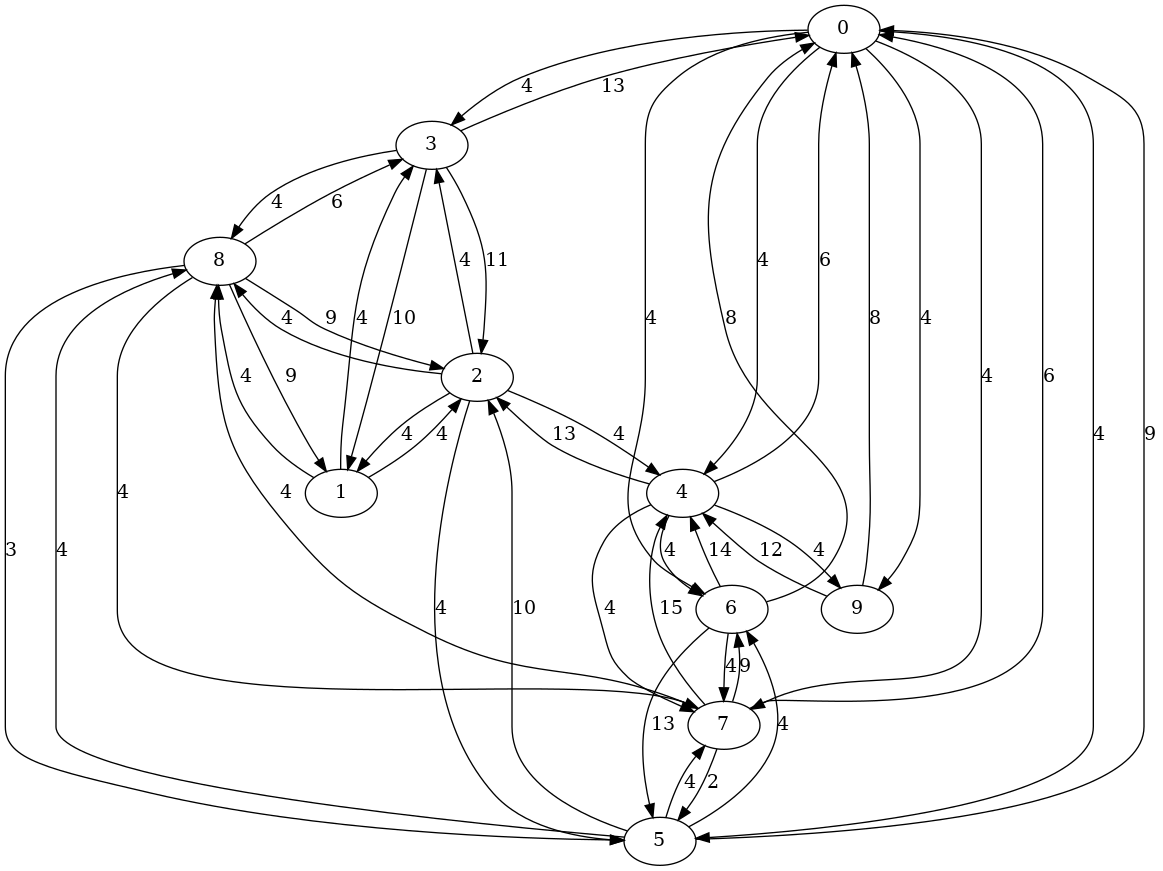
This is lab_08/res.png from DionisPalpatin/TaDS, a Graphviz export, as it was before one commit. Its source is kept beside it as lab_08/res.dot. Source of this version:
```dot
digraph ROAD_GRAPH {
0 -> 3 [label="4"];
3 -> 0 [label="13"];
0 -> 4 [label="4"];
4 -> 0 [label="6"];
0 -> 5 [label="4"];
5 -> 0 [label="9"];
0 -> 6 [label="4"];
6 -> 0 [label="8"];
0 -> 7 [label="4"];
7 -> 0 [label="6"];
0 -> 9 [label="4"];
9 -> 0 [label="8"];
1 -> 2 [label="4"];
2 -> 1 [label="4"];
1 -> 3 [label="4"];
3 -> 1 [label="10"];
1 -> 8 [label="4"];
8 -> 1 [label="9"];
2 -> 3 [label="4"];
3 -> 2 [label="11"];
2 -> 4 [label="4"];
4 -> 2 [label="13"];
2 -> 5 [label="4"];
5 -> 2 [label="10"];
2 -> 8 [label="4"];
8 -> 2 [label="9"];
3 -> 8 [label="4"];
8 -> 3 [label="6"];
4 -> 6 [label="4"];
6 -> 4 [label="14"];
4 -> 7 [label="4"];
7 -> 4 [label="15"];
4 -> 9 [label="4"];
9 -> 4 [label="12"];
5 -> 6 [label="4"];
6 -> 5 [label="13"];
5 -> 7 [label="4"];
7 -> 5 [label="2"];
5 -> 8 [label="4"];
8 -> 5 [label="3"];
6 -> 7 [label="4"];
7 -> 6 [label="9"];
7 -> 8 [label="4"];
8 -> 7 [label="4"];
}
```
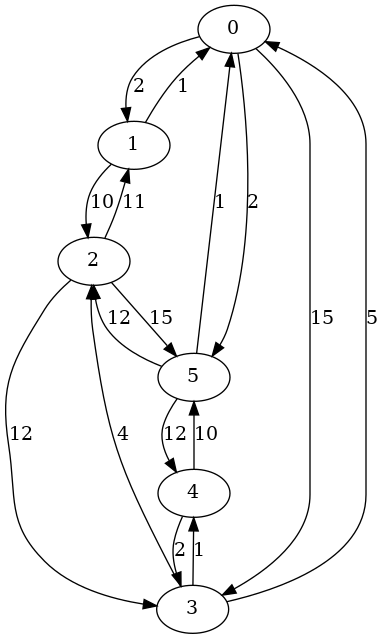
After the commit.

The edit, as a diff of the source:
```diff
@@ -1,46 +1,18 @@
 digraph ROAD_GRAPH {
-0 -> 3 [label="4"];
-3 -> 0 [label="13"];
-0 -> 4 [label="4"];
-4 -> 0 [label="6"];
-0 -> 5 [label="4"];
-5 -> 0 [label="9"];
-0 -> 6 [label="4"];
-6 -> 0 [label="8"];
-0 -> 7 [label="4"];
-7 -> 0 [label="6"];
-0 -> 9 [label="4"];
-9 -> 0 [label="8"];
-1 -> 2 [label="4"];
-2 -> 1 [label="4"];
-1 -> 3 [label="4"];
-3 -> 1 [label="10"];
-1 -> 8 [label="4"];
-8 -> 1 [label="9"];
-2 -> 3 [label="4"];
-3 -> 2 [label="11"];
-2 -> 4 [label="4"];
-4 -> 2 [label="13"];
-2 -> 5 [label="4"];
-5 -> 2 [label="10"];
-2 -> 8 [label="4"];
-8 -> 2 [label="9"];
-3 -> 8 [label="4"];
-8 -> 3 [label="6"];
-4 -> 6 [label="4"];
-6 -> 4 [label="14"];
-4 -> 7 [label="4"];
-7 -> 4 [label="15"];
-4 -> 9 [label="4"];
-9 -> 4 [label="12"];
-5 -> 6 [label="4"];
-6 -> 5 [label="13"];
-5 -> 7 [label="4"];
-7 -> 5 [label="2"];
-5 -> 8 [label="4"];
-8 -> 5 [label="3"];
-6 -> 7 [label="4"];
-7 -> 6 [label="9"];
-7 -> 8 [label="4"];
-8 -> 7 [label="4"];
+0 -> 1 [label="2"];
+1 -> 0 [label="1"];
+0 -> 3 [label="15"];
+3 -> 0 [label="5"];
+0 -> 5 [label="2"];
+5 -> 0 [label="1"];
+1 -> 2 [label="10"];
+2 -> 1 [label="11"];
+2 -> 3 [label="12"];
+3 -> 2 [label="4"];
+2 -> 5 [label="15"];
+5 -> 2 [label="12"];
+3 -> 4 [label="1"];
+4 -> 3 [label="2"];
+4 -> 5 [label="10"];
+5 -> 4 [label="12"];
 }
```
